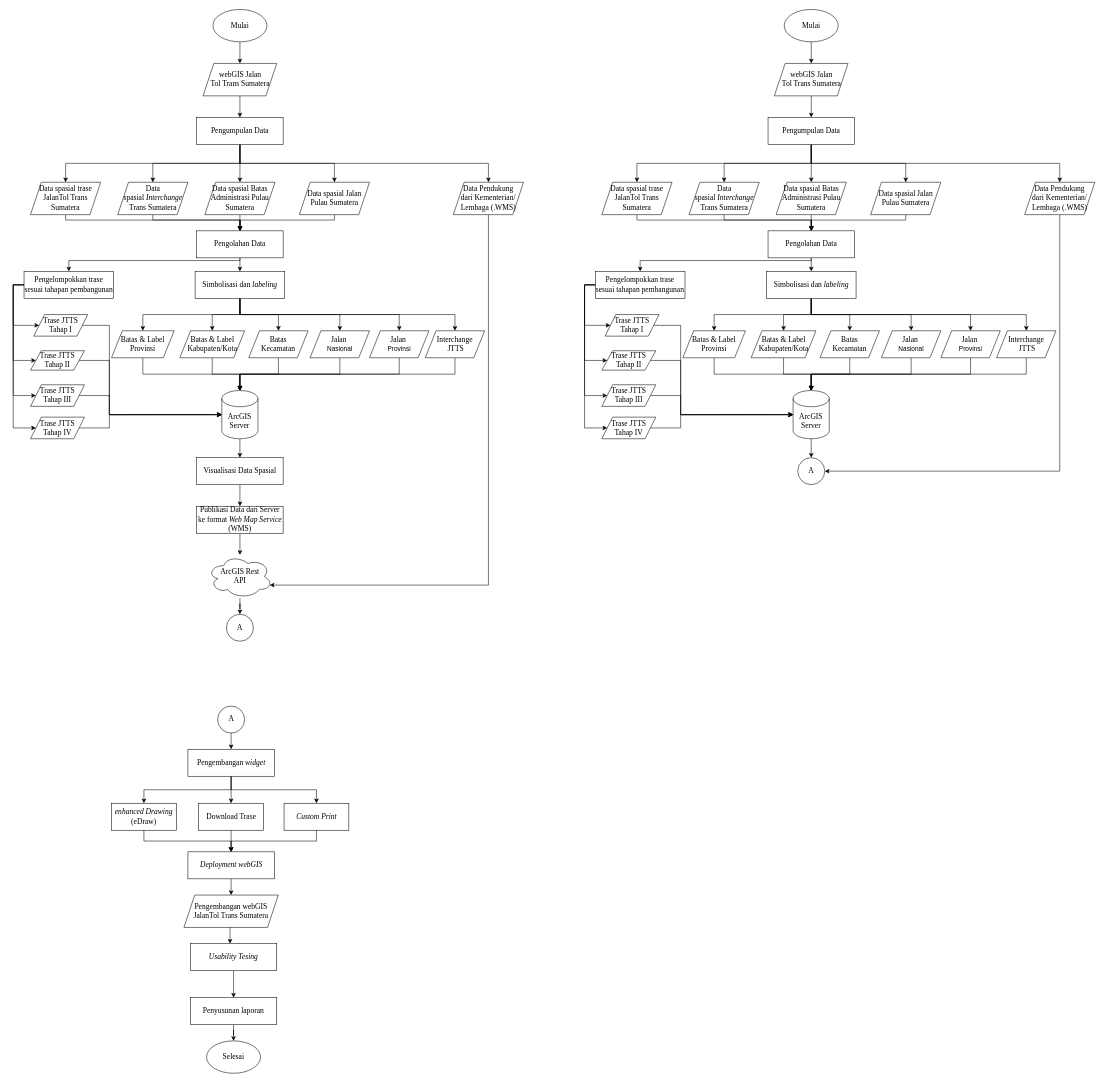
Earlier version of the draw.io diagram proposal PA Dhany Rev-2.drawio (dhanyyudi/filediagramalir). Source tidied: cells renumbered, new cells numbered last; positions are measured from the earlier drawing's top-left corner, leaving out a move shared by most shapes. Both pictures are drawn from the tidied source at 54%, with x=0, y=0 at pixel (13, 9).
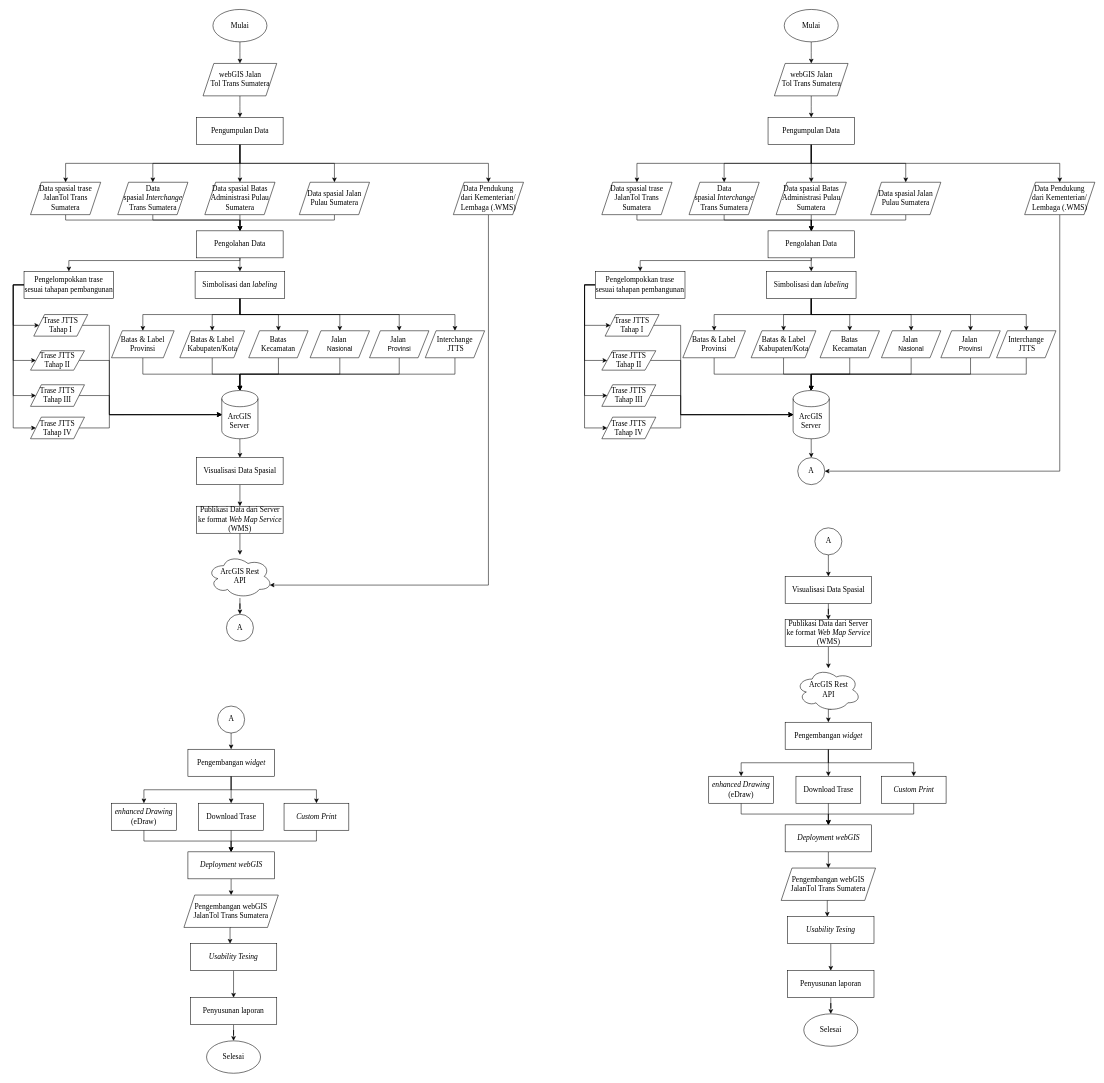
The same page after the edit.

The edit, as a diff of the source:
```diff
@@
+    <mxCell id="146" style="edgeStyle=orthogonalEdgeStyle;rounded=0;jettySize=auto;html=1;exitX=0.5;exitY=1;exitDx=0;exitDy=0;entryX=0.5;entryY=0;entryDx=0;entryDy=0;" parent="1" edge="1" source="149" target="153">
+      <mxGeometry relative="1" as="geometry" />
+    </mxCell>
+    <mxCell id="147" style="edgeStyle=orthogonalEdgeStyle;rounded=0;jettySize=auto;html=1;exitX=0.5;exitY=1;exitDx=0;exitDy=0;entryX=0.5;entryY=0;entryDx=0;entryDy=0;" parent="1" edge="1" source="149" target="151">
+      <mxGeometry relative="1" as="geometry" />
+    </mxCell>
+    <mxCell id="148" style="edgeStyle=orthogonalEdgeStyle;rounded=0;jettySize=auto;html=1;exitX=0.5;exitY=1;exitDx=0;exitDy=0;" parent="1" edge="1" source="149" target="155">
+      <mxGeometry relative="1" as="geometry" />
+    </mxCell>
+    <mxCell id="149" value="&lt;font style=&quot;font-size: 14px;&quot;&gt;Pengembangan&amp;nbsp;&lt;i&gt;widget&lt;/i&gt;&lt;/font&gt;" style="rounded=0;whiteSpace=wrap;html=1;fontFamily=Times New Roman;" parent="1" vertex="1">
+      <mxGeometry x="1429.5" y="1320" width="160" height="50" as="geometry" />
+    </mxCell>
+    <mxCell id="150" style="edgeStyle=orthogonalEdgeStyle;rounded=0;jettySize=auto;html=1;exitX=0.5;exitY=1;exitDx=0;exitDy=0;" parent="1" edge="1" source="151" target="157">
+      <mxGeometry relative="1" as="geometry" />
+    </mxCell>
+    <mxCell id="151" value="&lt;span style=&quot;font-size: 14px;&quot;&gt;&lt;i&gt;enhanced Drawing&lt;/i&gt; (eDraw)&lt;/span&gt;" style="rounded=0;whiteSpace=wrap;html=1;fontFamily=Times New Roman;" parent="1" vertex="1">
+      <mxGeometry x="1288" y="1420" width="120" height="50" as="geometry" />
+    </mxCell>
+    <mxCell id="152" style="edgeStyle=orthogonalEdgeStyle;rounded=0;jettySize=auto;html=1;exitX=0.5;exitY=1;exitDx=0;exitDy=0;entryX=0.5;entryY=0;entryDx=0;entryDy=0;" parent="1" edge="1" source="153" target="157">
+      <mxGeometry relative="1" as="geometry" />
+    </mxCell>
+    <mxCell id="153" value="&lt;span style=&quot;font-size: 14px;&quot;&gt;Download Trase&lt;/span&gt;" style="rounded=0;whiteSpace=wrap;html=1;fontFamily=Times New Roman;" parent="1" vertex="1">
+      <mxGeometry x="1449.5" y="1420" width="120" height="50" as="geometry" />
+    </mxCell>
+    <mxCell id="154" style="edgeStyle=orthogonalEdgeStyle;rounded=0;jettySize=auto;html=1;exitX=0.5;exitY=1;exitDx=0;exitDy=0;entryX=0.5;entryY=0;entryDx=0;entryDy=0;" parent="1" edge="1" source="155" target="157">
+      <mxGeometry relative="1" as="geometry" />
+    </mxCell>
+    <mxCell id="155" value="&lt;span style=&quot;font-size: 14px;&quot;&gt;&lt;i&gt;Custom Print&lt;/i&gt;&lt;/span&gt;" style="rounded=0;whiteSpace=wrap;html=1;fontFamily=Times New Roman;" parent="1" vertex="1">
+      <mxGeometry x="1607.5" y="1420" width="120" height="50" as="geometry" />
+    </mxCell>
+    <mxCell id="156" style="edgeStyle=orthogonalEdgeStyle;rounded=0;jettySize=auto;html=1;exitX=0.5;exitY=1;exitDx=0;exitDy=0;entryX=0.5;entryY=0;entryDx=0;entryDy=0;" parent="1" edge="1" source="157" target="159">
+      <mxGeometry relative="1" as="geometry" />
+    </mxCell>
+    <mxCell id="157" value="&lt;font style=&quot;font-size: 14px;&quot;&gt;&lt;i&gt;Deployment webGIS&lt;/i&gt;&lt;/font&gt;" style="rounded=0;whiteSpace=wrap;html=1;fontFamily=Times New Roman;" parent="1" vertex="1">
+      <mxGeometry x="1429.5" y="1510" width="160" height="50" as="geometry" />
+    </mxCell>
+    <mxCell id="158" style="edgeStyle=orthogonalEdgeStyle;rounded=0;jettySize=auto;html=1;exitX=0.5;exitY=1;exitDx=0;exitDy=0;entryX=0.5;entryY=0;entryDx=0;entryDy=0;" parent="1" edge="1" source="159">
+      <mxGeometry relative="1" as="geometry">
+        <mxPoint x="1507.5" y="1680" as="targetPoint" />
+      </mxGeometry>
+    </mxCell>
+    <mxCell id="159" value="&lt;font face=&quot;Times New Roman&quot;&gt;&lt;span style=&quot;font-size: 14px;&quot;&gt;Pengembangan webGIS &lt;br&gt;JalanTol Trans Sumatera&lt;/span&gt;&lt;/font&gt;" style="shape=parallelogram;perimeter=parallelogramPerimeter;whiteSpace=wrap;html=1;fixedSize=1;" parent="1" vertex="1">
+      <mxGeometry x="1422.1" y="1590" width="174.8" height="60" as="geometry" />
+    </mxCell>
+    <mxCell id="160" style="edgeStyle=orthogonalEdgeStyle;rounded=0;orthogonalLoop=1;jettySize=auto;html=1;exitX=0.5;exitY=1;exitDx=0;exitDy=0;" parent="1" edge="1" source="157" target="157">
+      <mxGeometry relative="1" as="geometry" />
+    </mxCell>
+    <mxCell id="161" value="&lt;font face=&quot;Times New Roman&quot; style=&quot;font-size: 14px;&quot;&gt;Selesai&lt;/font&gt;" style="ellipse;whiteSpace=wrap;html=1;" parent="1" vertex="1">
+      <mxGeometry x="1464" y="1860" width="100" height="60" as="geometry" />
+    </mxCell>
+    <mxCell id="162" style="edgeStyle=orthogonalEdgeStyle;rounded=0;jettySize=auto;html=1;" parent="1" edge="1" source="163" target="161">
+      <mxGeometry relative="1" as="geometry" />
+    </mxCell>
+    <mxCell id="163" value="&lt;font style=&quot;font-size: 14px;&quot;&gt;Penyusunan laporan&lt;/font&gt;" style="rounded=0;whiteSpace=wrap;html=1;fontFamily=Times New Roman;" parent="1" vertex="1">
+      <mxGeometry x="1434" y="1780" width="160" height="50" as="geometry" />
+    </mxCell>
+    <mxCell id="164" style="edgeStyle=orthogonalEdgeStyle;rounded=0;jettySize=auto;html=1;exitX=0.5;exitY=1;exitDx=0;exitDy=0;entryX=0.5;entryY=0;entryDx=0;entryDy=0;" parent="1" edge="1" source="165" target="169">
+      <mxGeometry relative="1" as="geometry" />
+    </mxCell>
+    <mxCell id="165" value="&lt;font style=&quot;font-size: 14px;&quot; face=&quot;Times New Roman&quot;&gt;A&lt;/font&gt;" style="ellipse;whiteSpace=wrap;html=1;" parent="1" vertex="1">
+      <mxGeometry x="1484.5" y="960" width="50" height="50" as="geometry" />
+    </mxCell>
+    <mxCell id="166" style="edgeStyle=orthogonalEdgeStyle;rounded=0;jettySize=auto;html=1;" parent="1" edge="1" source="167" target="163">
+      <mxGeometry relative="1" as="geometry" />
+    </mxCell>
+    <mxCell id="167" value="&lt;span style=&quot;font-size: 14px;&quot;&gt;&lt;i&gt;Usability Tesing&lt;/i&gt;&lt;/span&gt;" style="rounded=0;whiteSpace=wrap;html=1;fontFamily=Times New Roman;" parent="1" vertex="1">
+      <mxGeometry x="1434" y="1680" width="160" height="50" as="geometry" />
+    </mxCell>
+    <mxCell id="168" style="edgeStyle=orthogonalEdgeStyle;rounded=0;jettySize=auto;html=1;" parent="1" edge="1" source="169" target="171">
+      <mxGeometry relative="1" as="geometry" />
+    </mxCell>
+    <mxCell id="169" value="&lt;span style=&quot;font-size: 14px;&quot;&gt;Visualisasi Data Spasial&lt;/span&gt;" style="rounded=0;whiteSpace=wrap;html=1;fontFamily=Times New Roman;" parent="1" vertex="1">
+      <mxGeometry x="1429.5" y="1050" width="160" height="50" as="geometry" />
+    </mxCell>
+    <mxCell id="170" style="edgeStyle=orthogonalEdgeStyle;rounded=0;jettySize=auto;html=1;" parent="1" edge="1" source="171" target="173">
+      <mxGeometry relative="1" as="geometry" />
+    </mxCell>
+    <mxCell id="171" value="&lt;font style=&quot;font-size: 14px;&quot;&gt;Publikasi Data dari Server ke format &lt;i&gt;Web Map Service&lt;/i&gt; (WMS)&lt;/font&gt;" style="rounded=0;whiteSpace=wrap;html=1;fontFamily=Times New Roman;" parent="1" vertex="1">
+      <mxGeometry x="1429.5" y="1130" width="160" height="50" as="geometry" />
+    </mxCell>
+    <mxCell id="172" style="edgeStyle=orthogonalEdgeStyle;rounded=0;jettySize=auto;html=1;exitX=0.55;exitY=0.95;exitDx=0;exitDy=0;exitPerimeter=0;entryX=0.5;entryY=0;entryDx=0;entryDy=0;" parent="1" edge="1" source="173" target="149">
+      <mxGeometry relative="1" as="geometry" />
+    </mxCell>
+    <mxCell id="173" value="&lt;font face=&quot;Times New Roman&quot; style=&quot;font-size: 14px;&quot;&gt;ArcGIS Rest &lt;br&gt;API&lt;/font&gt;" style="ellipse;shape=cloud;whiteSpace=wrap;html=1;" parent="1" vertex="1">
+      <mxGeometry x="1449.5" y="1220" width="120" height="80" as="geometry" />
+    </mxCell>
```
